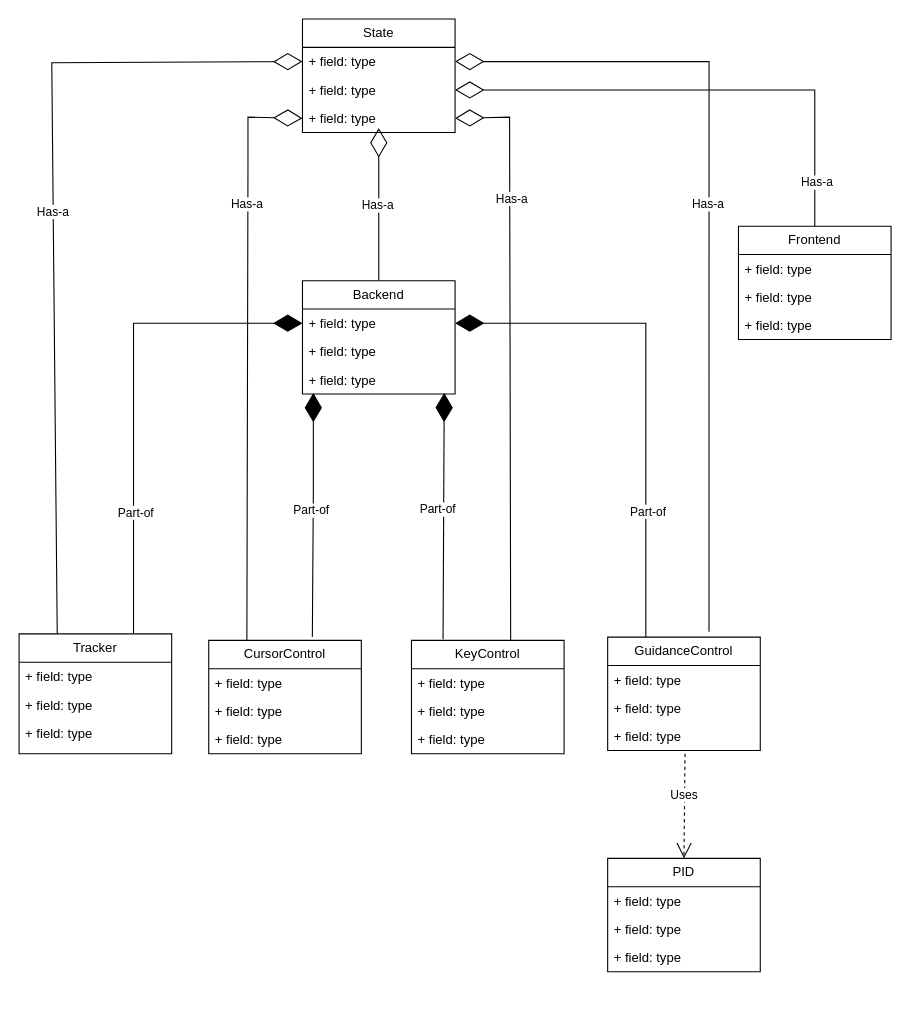
Above: design/PGD_UML_CLASS.drawio in S-Khos/Precision-Guided-Loitering-Drone (draw.io), before the change. Source tidied: cells renumbered, new cells numbered last; positions are measured from the earlier drawing's top-left corner, leaving out a move shared by most shapes. Both pictures are drawn from the tidied source at 109%, with x=0, y=0 at pixel (19, 19).
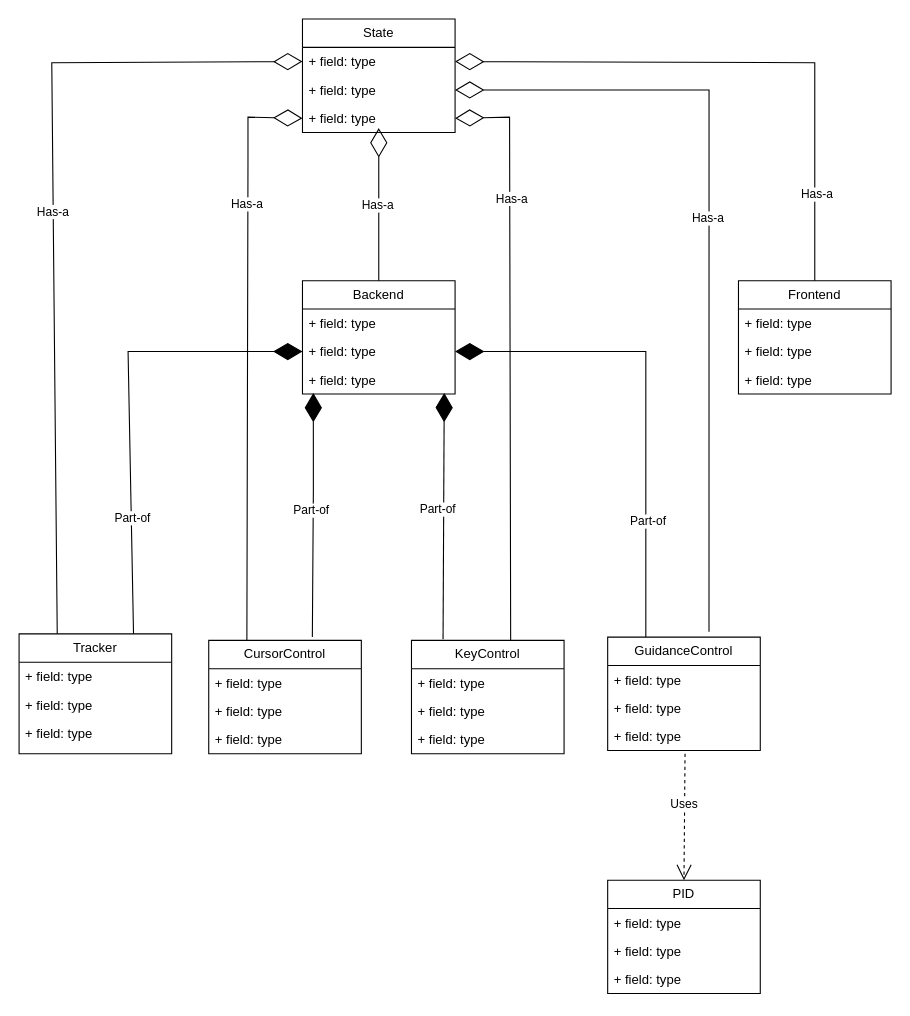
The same diagram, later.

Unchanged cells that the change refers to:
```xml
<mxCell id="3" value="+ field: type" style="text;strokeColor=none;fillColor=none;align=left;verticalAlign=top;spacingLeft=4;spacingRight=4;overflow=hidden;points=[[0,0.5],[1,0.5]];portConstraint=eastwest;whiteSpace=wrap;html=1;" parent="2" vertex="1">
  <mxGeometry y="26" width="140" height="26" as="geometry" />
</mxCell>
<mxCell id="4" value="+ field: type" style="text;strokeColor=none;fillColor=none;align=left;verticalAlign=top;spacingLeft=4;spacingRight=4;overflow=hidden;points=[[0,0.5],[1,0.5]];portConstraint=eastwest;whiteSpace=wrap;html=1;" parent="2" vertex="1">
  <mxGeometry y="52" width="140" height="26" as="geometry" />
</mxCell>
<mxCell id="6" value="Tracker" style="swimlane;fontStyle=0;horizontal=1;startSize=26;fillColor=none;whiteSpace=wrap;html=1;" parent="1" vertex="1">
  <mxGeometry y="564" width="140" height="110" as="geometry" />
</mxCell>
<mxCell id="10" value="GuidanceControl" style="swimlane;fontStyle=0;horizontal=1;startSize=26;fillColor=none;whiteSpace=wrap;html=1;" parent="1" vertex="1">
  <mxGeometry x="540" y="567" width="140" height="104" as="geometry" />
</mxCell>
<mxCell id="31" value="+ field: type" style="text;strokeColor=none;fillColor=none;align=left;verticalAlign=top;spacingLeft=4;spacingRight=4;overflow=hidden;points=[[0,0.5],[1,0.5]];portConstraint=eastwest;whiteSpace=wrap;html=1;" parent="30" vertex="1">
  <mxGeometry y="26" width="140" height="26" as="geometry" />
</mxCell>
<mxCell id="32" value="+ field: type" style="text;strokeColor=none;fillColor=none;align=left;verticalAlign=top;spacingLeft=4;spacingRight=4;overflow=hidden;points=[[0,0.5],[1,0.5]];portConstraint=eastwest;whiteSpace=wrap;html=1;" parent="30" vertex="1">
  <mxGeometry y="52" width="140" height="26" as="geometry" />
</mxCell>
```

The edit, as a diff of the source:
```diff
@@
     <mxCell id="22" value="PID" style="swimlane;fontStyle=0;horizontal=1;startSize=26;fillColor=none;whiteSpace=wrap;html=1;" parent="1" vertex="1">
-      <mxGeometry x="540" y="770" width="140" height="104" as="geometry" />
+      <mxGeometry x="540" y="790" width="140" height="104" as="geometry" />
     </mxCell>
@@
     <mxCell id="26" value="Frontend" style="swimlane;fontStyle=0;horizontal=1;startSize=26;fillColor=none;whiteSpace=wrap;html=1;" parent="1" vertex="1">
-      <mxGeometry x="660" y="190" width="140" height="104" as="geometry" />
+      <mxGeometry x="660" y="240" width="140" height="104" as="geometry" />
     </mxCell>
@@
-    <mxCell id="40" style="endArrow=diamondThin;endFill=0;endSize=24;html=1;rounded=0;exitX=0.664;exitY=-0.048;exitDx=0;exitDy=0;exitPerimeter=0;entryX=1;entryY=0.5;entryDx=0;entryDy=0;" parent="1" edge="1" source="10" target="31">
+    <mxCell id="40" style="endArrow=diamondThin;endFill=0;endSize=24;html=1;rounded=0;exitX=0.664;exitY=-0.048;exitDx=0;exitDy=0;exitPerimeter=0;entryX=1;entryY=0.5;entryDx=0;entryDy=0;" parent="1" edge="1" source="10" target="32">
       <mxGeometry relative="1" as="geometry">
         <Array as="points">
-          <mxPoint x="633" y="39" />
+          <mxPoint x="633" y="65" />
         </Array>
       </mxGeometry>
     </mxCell>
@@
-    <mxCell id="42" style="endArrow=diamondThin;endFill=1;endSize=24;html=1;rounded=0;exitX=0.75;exitY=0;exitDx=0;exitDy=0;entryX=0;entryY=0.5;entryDx=0;entryDy=0;" parent="1" edge="1" source="6" target="3">
+    <mxCell id="42" style="endArrow=diamondThin;endFill=1;endSize=24;html=1;rounded=0;exitX=0.75;exitY=0;exitDx=0;exitDy=0;entryX=0;entryY=0.5;entryDx=0;entryDy=0;" parent="1" edge="1" source="6" target="4">
       <mxGeometry relative="1" as="geometry">
         <Array as="points">
-          <mxPoint x="105" y="279" />
+          <mxPoint x="100" y="305" />
         </Array>
       </mxGeometry>
     </mxCell>
@@
-    <mxCell id="48" style="endArrow=diamondThin;endFill=1;endSize=24;html=1;rounded=0;exitX=0.25;exitY=0;exitDx=0;exitDy=0;entryX=1;entryY=0.5;entryDx=0;entryDy=0;" parent="1" edge="1" source="10" target="3">
+    <mxCell id="48" style="endArrow=diamondThin;endFill=1;endSize=24;html=1;rounded=0;exitX=0.25;exitY=0;exitDx=0;exitDy=0;entryX=1;entryY=0.5;entryDx=0;entryDy=0;" parent="1" edge="1" source="10" target="4">
       <mxGeometry relative="1" as="geometry">
         <Array as="points">
-          <mxPoint x="575" y="279" />
+          <mxPoint x="575" y="305" />
         </Array>
       </mxGeometry>
     </mxCell>
@@
-    <mxCell id="51" style="endArrow=diamondThin;endFill=0;endSize=24;html=1;rounded=0;exitX=0.5;exitY=0;exitDx=0;exitDy=0;entryX=1;entryY=0.5;entryDx=0;entryDy=0;" parent="1" edge="1" source="26" target="32">
-      <mxGeometry relative="1" as="geometry">
-        <Array as="points">
-          <mxPoint x="730" y="65" />
-          <mxPoint x="720" y="65" />
-        </Array>
-      </mxGeometry>
-    </mxCell>
-    <mxCell id="52" value="Has-a" style="edgeLabel;html=1;align=center;verticalAlign=middle;" parent="51" vertex="1">
-      <mxGeometry x="-0.82" y="-1" relative="1" as="geometry" />
-    </mxCell>
@@
+    <mxCell id="55" style="endArrow=diamondThin;endFill=0;endSize=24;html=1;rounded=0;entryX=1;entryY=0.5;entryDx=0;entryDy=0;exitX=0.5;exitY=0;exitDx=0;exitDy=0;" parent="1" edge="1" source="26" target="31">
+      <mxGeometry relative="1" as="geometry">
+        <Array as="points">
+          <mxPoint x="730" y="40" />
+        </Array>
+      </mxGeometry>
+    </mxCell>
+    <mxCell id="52" value="Has-a" style="edgeLabel;html=1;align=center;verticalAlign=middle;" parent="55" vertex="1">
+      <mxGeometry x="-0.7" y="-1" relative="1" as="geometry" />
+    </mxCell>
```
